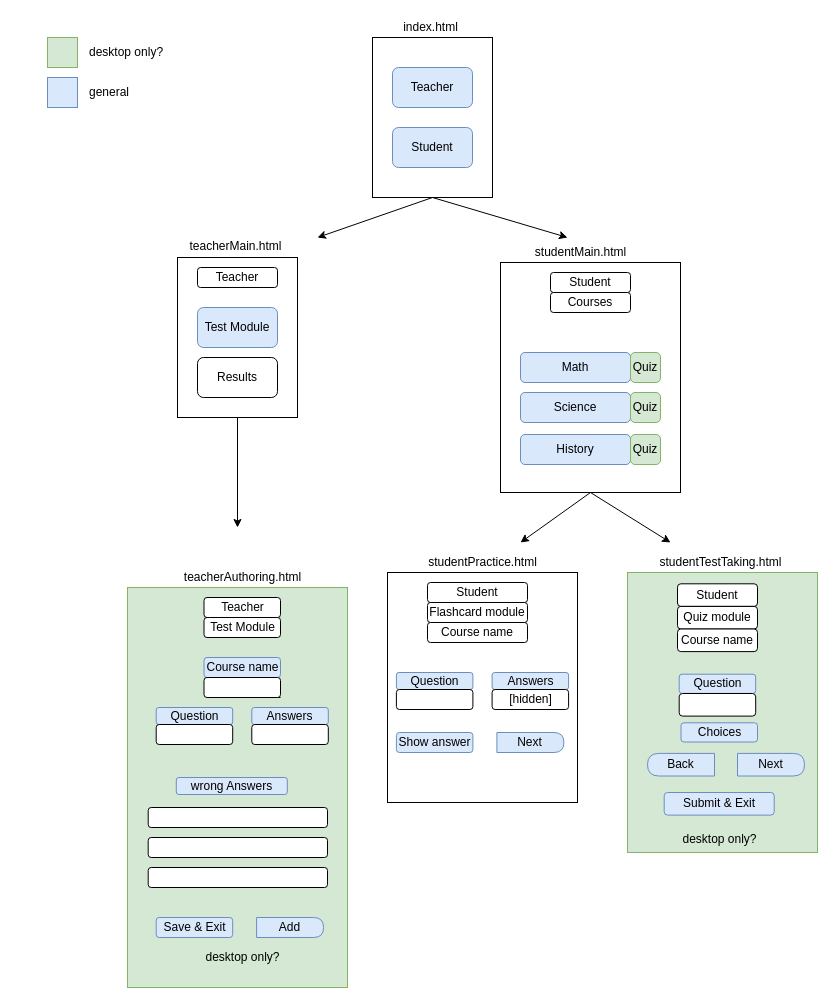
Yousef-Emadi/ZOE-Website keeps this draw.io diagram as page "index" (1 of 6) of Untitled Diagram.drawio. Above is the earlier version. Source tidied: cells renumbered, new cells numbered last; positions are measured from the earlier drawing's top-left corner, leaving out a move shared by most shapes. Both pictures are drawn from the tidied source at 100%, with x=0, y=0 at pixel (47, 17).
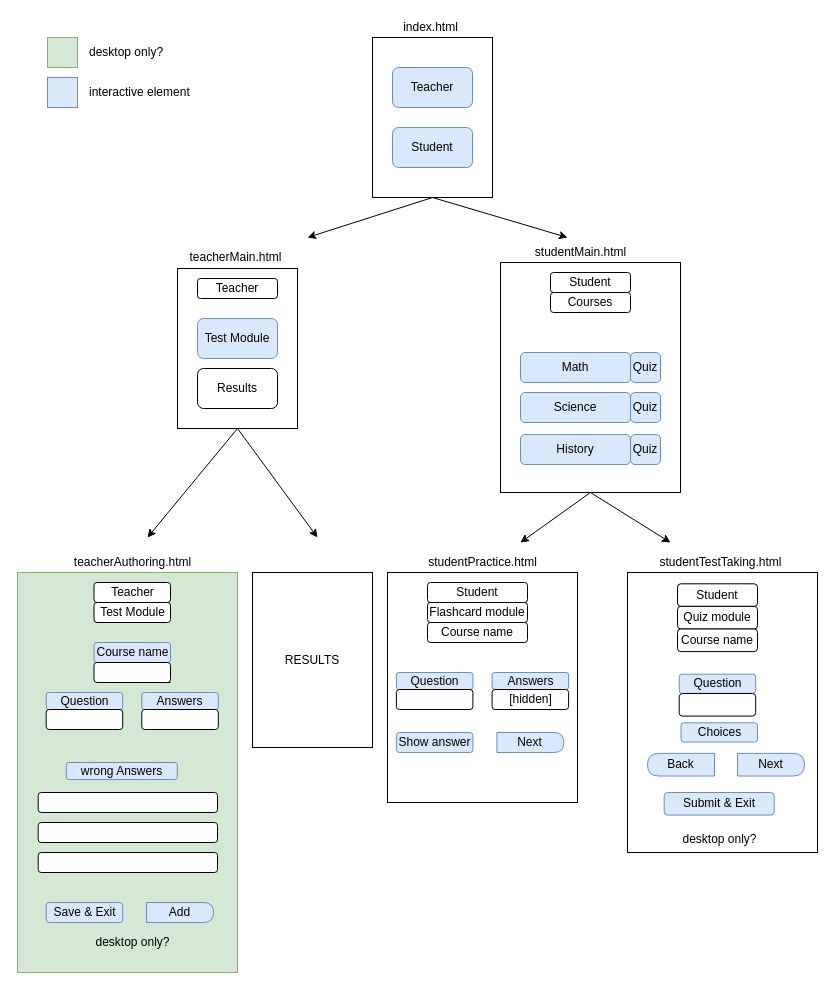
The same diagram, later.

The change refers to these unchanged cells:
```xml
<mxCell id="2" style="rounded=0;whiteSpace=wrap;html=1;" parent="1" vertex="1">
  <mxGeometry x="325" y="20" width="120" height="160" as="geometry" />
</mxCell>
<mxCell id="43" style="rounded=0;whiteSpace=wrap;html=1;" parent="42" vertex="1">
  <mxGeometry width="120" height="160" as="geometry" />
</mxCell>
```

What changed in the source:
```diff
@@
     <mxCell id="4" style="endArrow=classic;html=1;exitX=0.5;exitY=1;exitDx=0;exitDy=0;" parent="1" edge="1" source="2">
       <mxGeometry relative="1" as="geometry">
-        <mxPoint x="270" y="220" as="targetPoint" />
+        <mxPoint x="260" y="220" as="targetPoint" />
       </mxGeometry>
     </mxCell>
@@
     <mxCell id="7" style="endArrow=classic;html=1;exitX=0.5;exitY=1;exitDx=0;exitDy=0;" parent="1" edge="1" source="43">
       <mxGeometry relative="1" as="geometry">
-        <mxPoint x="190" y="510" as="targetPoint" />
+        <mxPoint x="100" y="520" as="targetPoint" />
       </mxGeometry>
     </mxCell>
@@
-    <mxCell id="14" value="Quiz" style="rounded=1;whiteSpace=wrap;html=1;fillColor=#d5e8d4;strokeColor=#82b366;" parent="1" vertex="1">
+    <mxCell id="14" value="Quiz" style="rounded=1;whiteSpace=wrap;html=1;fillColor=#dae8fc;strokeColor=#6c8ebf;" parent="1" vertex="1">
       <mxGeometry x="583" y="335" width="30" height="30" as="geometry" />
     </mxCell>
-    <mxCell id="15" value="Quiz" style="rounded=1;whiteSpace=wrap;html=1;fillColor=#d5e8d4;strokeColor=#82b366;" parent="1" vertex="1">
+    <mxCell id="15" value="Quiz" style="rounded=1;whiteSpace=wrap;html=1;fillColor=#dae8fc;strokeColor=#6c8ebf;" parent="1" vertex="1">
       <mxGeometry x="583" y="375" width="30" height="30" as="geometry" />
     </mxCell>
-    <mxCell id="16" value="Quiz" style="rounded=1;whiteSpace=wrap;html=1;fillColor=#d5e8d4;strokeColor=#82b366;" parent="1" vertex="1">
+    <mxCell id="16" value="Quiz" style="rounded=1;whiteSpace=wrap;html=1;fillColor=#dae8fc;strokeColor=#6c8ebf;" parent="1" vertex="1">
       <mxGeometry x="583" y="417" width="30" height="30" as="geometry" />
     </mxCell>
@@
-    <mxCell id="28" style="group;fillColor=#d5e8d4;strokeColor=#82b366;" parent="1" vertex="1">
+    <mxCell id="28" style="group;" parent="1" vertex="1">
       <mxGeometry x="580" y="555" width="190" height="280" as="geometry" />
     </mxCell>
-    <mxCell id="29" style="rounded=0;whiteSpace=wrap;html=1;fillColor=#d5e8d4;strokeColor=#82b366;" parent="28" vertex="1">
+    <mxCell id="29" style="rounded=0;whiteSpace=wrap;html=1;" parent="28" vertex="1">
       <mxGeometry width="190" height="280" as="geometry" />
     </mxCell>
@@
     <mxCell id="42" style="group;" parent="1" vertex="1">
-      <mxGeometry x="130" y="240" width="120" height="160" as="geometry" />
+      <mxGeometry x="130" y="251" width="120" height="160" as="geometry" />
     </mxCell>
@@
-    <mxCell id="51" value="general" style="text;html=1;align=left;verticalAlign=middle;" parent="1" vertex="1">
-      <mxGeometry x="40" y="65" width="60" height="20" as="geometry" />
+    <mxCell id="51" value="interactive element" style="text;html=1;align=left;verticalAlign=middle;" parent="1" vertex="1">
+      <mxGeometry x="40" y="65" width="120" height="20" as="geometry" />
     </mxCell>
     <mxCell id="52" value="teacherMain.html" style="text;html=1;align=center;verticalAlign=middle;" parent="1" vertex="1">
-      <mxGeometry x="133" y="219" width="110" height="20" as="geometry" />
+      <mxGeometry x="133" y="230" width="110" height="20" as="geometry" />
     </mxCell>
@@
     <mxCell id="56" style="group;" parent="1" vertex="1">
-      <mxGeometry x="80" y="550" width="220" height="420" as="geometry" />
+      <mxGeometry x="-30" y="535" width="220" height="420" as="geometry" />
     </mxCell>
@@
+    <mxCell id="75" style="endArrow=classic;html=1;exitX=0.5;exitY=1;exitDx=0;exitDy=0;" parent="1" edge="1" source="43">
+      <mxGeometry relative="1" as="geometry">
+        <mxPoint x="270" y="520" as="targetPoint" />
+      </mxGeometry>
+    </mxCell>
+    <mxCell id="76" value="RESULTS" style="rounded=0;whiteSpace=wrap;html=1;fillColor=#FFFFFF;align=center;" parent="1" vertex="1">
+      <mxGeometry x="205" y="555" width="120" height="175" as="geometry" />
+    </mxCell>
```
